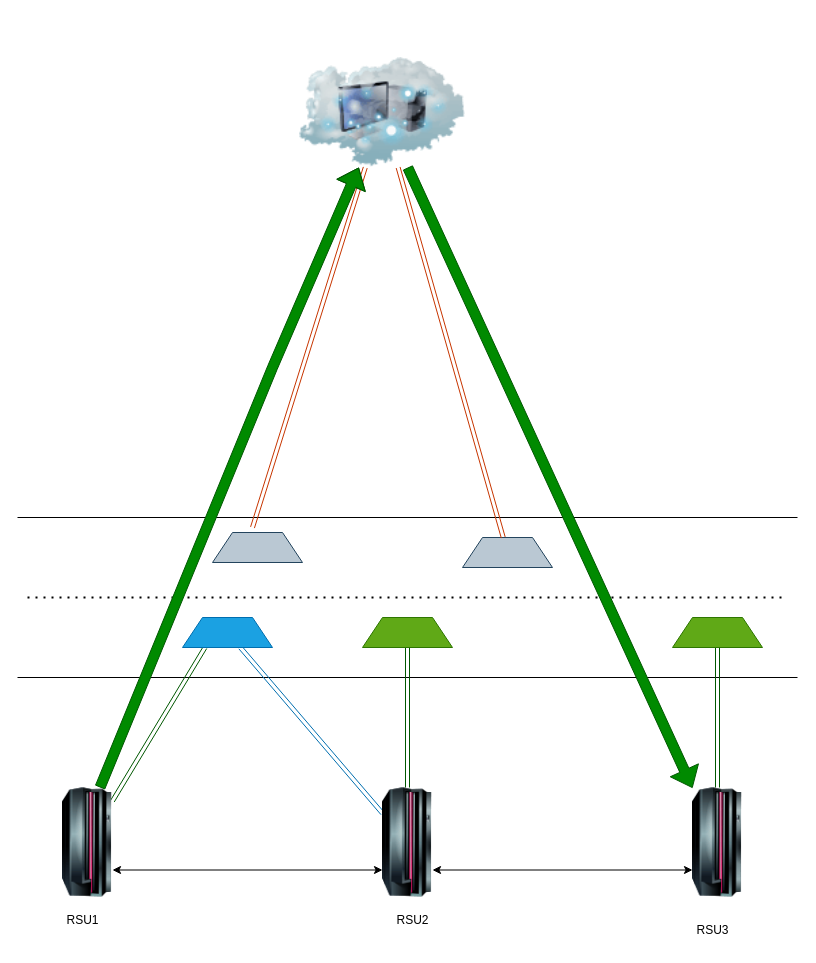
The draw.io diagram Trial 2.drawio in Lawrence-Appiah/Self-DrivingCar, before the edit. Source tidied: cells renumbered, new cells numbered last; positions are measured from the earlier drawing's top-left corner, leaving out a move shared by most shapes. Both pictures are drawn from the tidied source at 100%, with x=0, y=0 at pixel (17, 57).
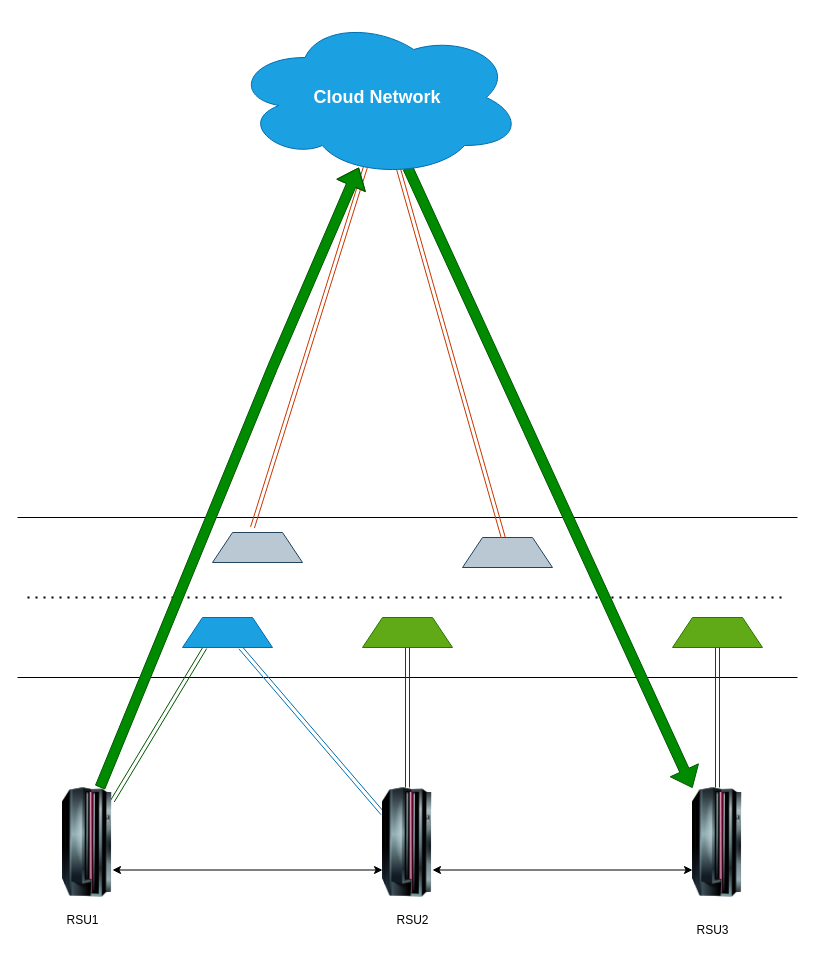
Above is the later version.

The change refers to these unchanged cells:
```xml
<mxCell id="11" style="shape=trapezoid;perimeter=trapezoidPerimeter;whiteSpace=wrap;html=1;fixedSize=1;fillColor=#bac8d3;strokeColor=#23445d;" parent="1" vertex="1">
  <mxGeometry x="445" y="480" width="90" height="30" as="geometry" />
</mxCell>
<mxCell id="14" style="image;html=1;image=img/lib/clip_art/computers/Mainframe_128x128.png;" parent="1" vertex="1">
  <mxGeometry x="45" y="730" width="50" height="110" as="geometry" />
</mxCell>
<mxCell id="16" style="image;html=1;image=img/lib/clip_art/computers/Mainframe_128x128.png;" parent="1" vertex="1">
  <mxGeometry x="675" y="730" width="50" height="110" as="geometry" />
</mxCell>
```

Change to the diagram source:
```diff
@@
-    <mxCell id="19" style="rounded=0;jettySize=auto;html=1;shape=link;flowAnimation=1;fillColor=#fa6800;strokeColor=#C73500;" parent="1" edge="1" source="21">
+    <mxCell id="19" style="rounded=0;orthogonalLoop=1;jettySize=auto;html=1;shape=link;flowAnimation=1;fillColor=#fa6800;strokeColor=#C73500;" parent="1" edge="1">
       <mxGeometry relative="1" as="geometry">
+        <mxPoint x="347.8" y="110" as="sourcePoint" />
         <mxPoint x="235" y="470" as="targetPoint" />
       </mxGeometry>
     </mxCell>
-    <mxCell id="20" style="rounded=0;jettySize=auto;html=1;shape=link;flowAnimation=1;fillColor=#fa6800;strokeColor=#C73500;" parent="1" edge="1" source="21" target="11">
-      <mxGeometry relative="1" as="geometry" />
+    <mxCell id="20" style="rounded=0;jettySize=auto;html=1;shape=link;flowAnimation=1;fillColor=#fa6800;strokeColor=#C73500;" parent="1" edge="1" target="11">
+      <mxGeometry relative="1" as="geometry">
+        <mxPoint x="380.6" y="110" as="sourcePoint" />
+      </mxGeometry>
     </mxCell>
-    <mxCell id="21" style="image;html=1;image=img/lib/clip_art/networking/Cloud_Computer_128x128.png;" parent="1" vertex="1">
-      <mxGeometry x="175" width="380" height="110" as="geometry" />
-    </mxCell>
-    <mxCell id="22" style="shape=flexArrow;endArrow=classic;html=1;rounded=0;flowAnimation=1;fillColor=#008a00;strokeColor=#005700;exitX=0.75;exitY=0;exitDx=0;exitDy=0;" parent="1" edge="1" source="14" target="21">
+    <mxCell id="22" style="shape=flexArrow;endArrow=classic;html=1;rounded=0;flowAnimation=1;fillColor=#008a00;strokeColor=#005700;exitX=0.75;exitY=0;exitDx=0;exitDy=0;" parent="1" edge="1" source="14">
       <mxGeometry relative="1" as="geometry">
+        <mxPoint x="341.3" y="110" as="targetPoint" />
         <Array as="points">
           <mxPoint x="255" y="310" />
         </Array>
       </mxGeometry>
     </mxCell>
-    <mxCell id="23" style="shape=flexArrow;endArrow=classic;html=1;rounded=0;fillColor=#008a00;strokeColor=#005700;" parent="1" edge="1" source="21" target="16">
-      <mxGeometry relative="1" as="geometry" />
+    <mxCell id="23" style="shape=flexArrow;endArrow=classic;html=1;rounded=0;fillColor=#008a00;strokeColor=#005700;" parent="1" edge="1" target="16">
+      <mxGeometry relative="1" as="geometry">
+        <mxPoint x="390.2" y="110" as="sourcePoint" />
+      </mxGeometry>
     </mxCell>
@@
+    <mxCell id="27" value="&lt;h2 style=&quot;border-color: var(--border-color);&quot;&gt;Cloud Network&lt;/h2&gt;" style="ellipse;shape=cloud;whiteSpace=wrap;html=1;fillColor=#1ba1e2;fontColor=#ffffff;strokeColor=#006EAF;rotation=0;" parent="1" vertex="1">
+      <mxGeometry x="215" y="-40" width="290" height="160" as="geometry" />
+    </mxCell>
```
